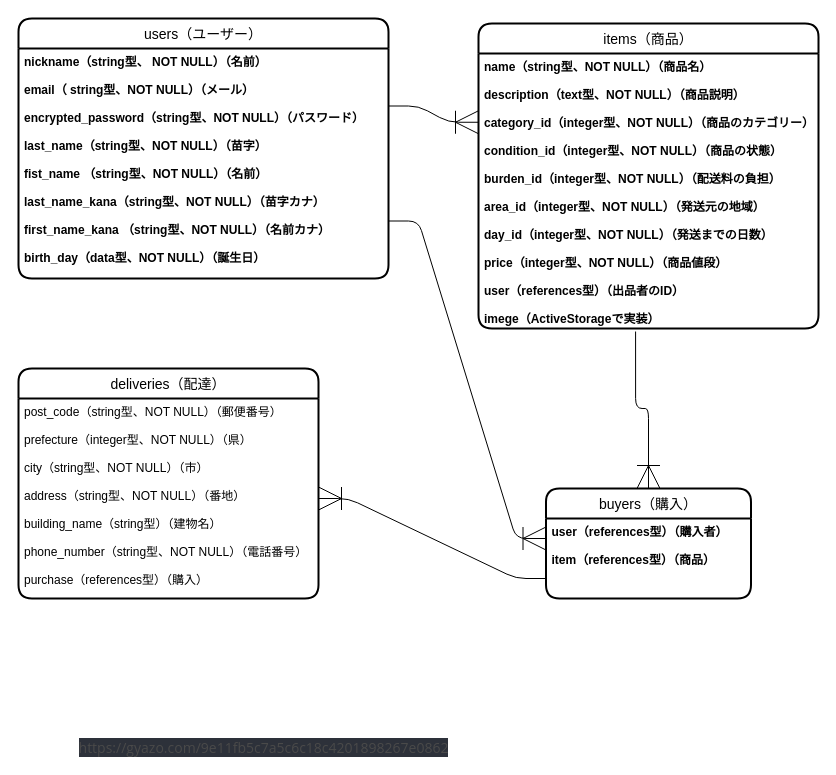
Earlier version of the draw.io diagram furima_er.dio (ryoujiohta/furima-33798). Source tidied: cells renumbered, new cells numbered last; positions are measured from the earlier drawing's top-left corner, leaving out a move shared by most shapes. Both pictures are drawn from the tidied source at 100%, with x=0, y=0 at pixel (18, 18).
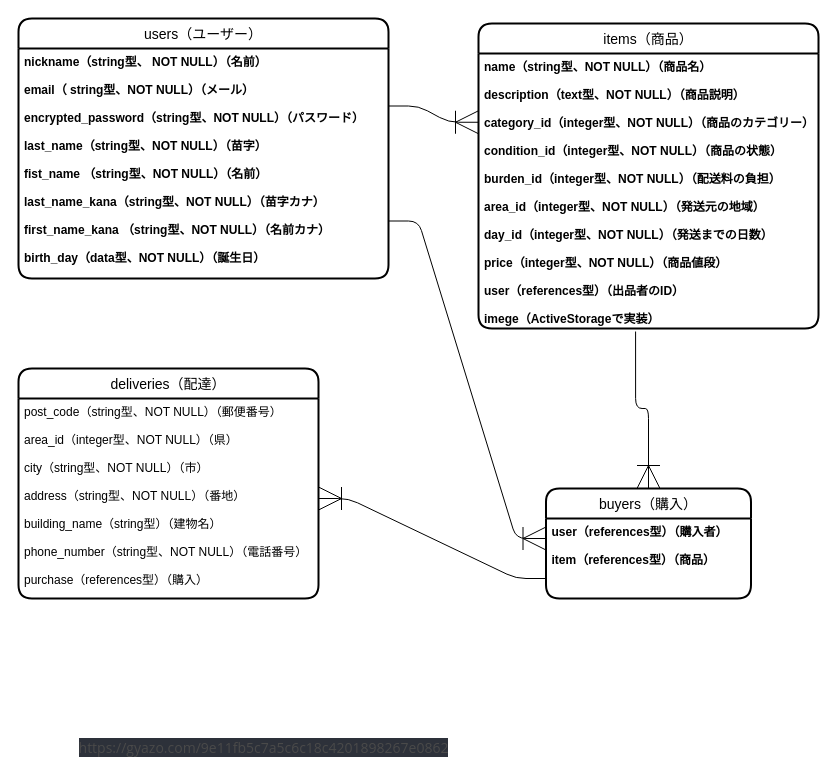
The same diagram, later.

Commit message (it also covers changes not shown here):
修正：データベース設計

Change to the diagram source:
```diff
@@
 <mxGraphModel>
   <root>
     <mxCell id="0" />
     <mxCell id="1" parent="0" />
     <mxCell id="2" value="users（ユーザー）" style="swimlane;horizontal=1;startSize=30;rounded=1;fontSize=14;fontStyle=0;strokeWidth=2;shadow=0;dashed=0;align=center;" parent="1" vertex="1">
       <mxGeometry width="370" height="260" as="geometry" />
     </mxCell>
     <mxCell id="3" value="nickname（string型、 NOT NULL）（名前）&#10;&#10;email（ string型、NOT NULL）（メール）&#10;&#10;encrypted_password（string型、NOT NULL）（パスワード）&#10;&#10;last_name（string型、NOT NULL）（苗字）&#10;&#10;fist_name （string型、NOT NULL）（名前）&#10;&#10;last_name_kana（string型、NOT NULL）（苗字カナ）&#10;&#10;first_name_kana （string型、NOT NULL）（名前カナ）&#10;&#10;birth_day（data型、NOT NULL）（誕生日）" style="align=left;strokeColor=none;fillColor=none;spacingLeft=4;fontSize=12;verticalAlign=top;fontStyle=1;" parent="2" vertex="1">
       <mxGeometry y="30" width="370" height="230" as="geometry" />
     </mxCell>
     <mxCell id="4" value="items（商品）" style="swimlane;horizontal=1;startSize=30;rounded=1;fontSize=14;fontStyle=0;strokeWidth=2;shadow=0;dashed=0;align=center;" parent="1" vertex="1">
       <mxGeometry x="460" y="5" width="340" height="305" as="geometry" />
     </mxCell>
     <mxCell id="5" value="name（string型、NOT NULL）（商品名）&#10;&#10;description（text型、NOT NULL）（商品説明）&#10;&#10;category_id（integer型、NOT NULL）（商品のカテゴリー）&#10;&#10;condition_id（integer型、NOT NULL）（商品の状態）&#10;&#10;burden_id（integer型、NOT NULL）（配送料の負担）&#10;&#10;area_id（integer型、NOT NULL）（発送元の地域）&#10;&#10;day_id（integer型、NOT NULL）（発送までの日数）&#10;&#10;price（integer型、NOT NULL）（商品値段）&#10;&#10;user（references型）（出品者のID）&#10;&#10;imege（ActiveStorageで実装）" style="align=left;strokeColor=none;fillColor=none;spacingLeft=4;fontSize=12;verticalAlign=top;fontStyle=1;" parent="4" vertex="1">
       <mxGeometry y="30" width="340" height="275" as="geometry" />
     </mxCell>
     <mxCell id="6" value="deliveries（配達）" style="swimlane;horizontal=1;startSize=30;rounded=1;fontSize=14;fontStyle=0;strokeWidth=2;shadow=0;dashed=0;align=center;" parent="1" vertex="1">
       <mxGeometry y="350" width="300" height="230" as="geometry" />
     </mxCell>
-    <mxCell id="7" value="post_code（string型、NOT NULL）（郵便番号）&#10;&#10;prefecture（integer型、NOT NULL）（県）&#10;&#10;city（string型、NOT NULL）（市）&#10;&#10;address（string型、NOT NULL）（番地）&#10;&#10;building_name（string型）（建物名）&#10;&#10;phone_number（string型、NOT NULL）（電話番号）&#10;&#10;purchase（references型）（購入）" style="align=left;strokeColor=none;fillColor=none;spacingLeft=4;fontSize=12;verticalAlign=top;" parent="6" vertex="1">
+    <mxCell id="7" value="post_code（string型、NOT NULL）（郵便番号）&#10;&#10;area_id（integer型、NOT NULL）（県）&#10;&#10;city（string型、NOT NULL）（市）&#10;&#10;address（string型、NOT NULL）（番地）&#10;&#10;building_name（string型）（建物名）&#10;&#10;phone_number（string型、NOT NULL）（電話番号）&#10;&#10;purchase（references型）（購入）" style="align=left;strokeColor=none;fillColor=none;spacingLeft=4;fontSize=12;verticalAlign=top;" parent="6" vertex="1">
       <mxGeometry y="30" width="300" height="200" as="geometry" />
     </mxCell>
     <mxCell id="8" value="buyers（購入）" style="swimlane;horizontal=1;startSize=30;rounded=1;fontSize=14;fontStyle=0;strokeWidth=2;shadow=0;dashed=0;align=center;" parent="1" vertex="1">
       <mxGeometry x="527.5" y="470" width="205" height="110" as="geometry" />
     </mxCell>
     <mxCell id="9" value="user（references型）（購入者）&#10;&#10;item（references型）（商品）" style="align=left;strokeColor=none;fillColor=none;spacingLeft=4;fontSize=12;verticalAlign=top;fontStyle=1;" parent="8" vertex="1">
       <mxGeometry y="30" width="205" height="80" as="geometry" />
     </mxCell>
     <mxCell id="10" style="edgeStyle=entityRelationEdgeStyle;fontSize=12;html=1;endArrow=ERoneToMany;exitX=1;exitY=0.25;exitDx=0;exitDy=0;entryX=0;entryY=0.25;entryDx=0;entryDy=0;endSize=21;startSize=21;" parent="1" edge="1" source="3" target="5">
       <mxGeometry relative="1" as="geometry" />
     </mxCell>
     <mxCell id="11" style="edgeStyle=entityRelationEdgeStyle;fontSize=12;html=1;endArrow=ERoneToMany;exitX=1;exitY=0.75;exitDx=0;exitDy=0;entryX=0;entryY=0.25;entryDx=0;entryDy=0;jumpSize=16;endSize=21;startSize=21;" parent="1" edge="1" source="3" target="9">
       <mxGeometry relative="1" as="geometry" />
     </mxCell>
     <mxCell id="12" style="edgeStyle=orthogonalEdgeStyle;fontSize=12;html=1;endArrow=ERoneToMany;exitX=0.462;exitY=1.011;exitDx=0;exitDy=0;entryX=0.5;entryY=0;entryDx=0;entryDy=0;jumpSize=16;endSize=21;startSize=21;exitPerimeter=0;" parent="1" edge="1" source="5" target="8">
       <mxGeometry relative="1" as="geometry" />
     </mxCell>
     <mxCell id="13" style="edgeStyle=entityRelationEdgeStyle;fontSize=12;html=1;endArrow=ERoneToMany;exitX=0;exitY=0.75;exitDx=0;exitDy=0;jumpSize=16;endSize=21;startSize=21;entryX=1;entryY=0.5;entryDx=0;entryDy=0;" parent="1" edge="1" source="9" target="7">
       <mxGeometry relative="1" as="geometry" />
     </mxCell>
     <mxCell id="14" value="&lt;span style=&quot;color: rgb(74 , 74 , 74) ; font-family: &amp;#34;open sans&amp;#34; , sans-serif ; font-size: 14px ; background-color: rgb(45 , 49 , 58)&quot;&gt;https://gyazo.com/9e11fb5c7a5c6c18c4201898267e0862&lt;/span&gt;" style="text;html=1;align=center;verticalAlign=middle;" parent="1" vertex="1">
       <mxGeometry x="30" y="720" width="430" height="20" as="geometry" />
     </mxCell>
   </root>
 </mxGraphModel>
```
